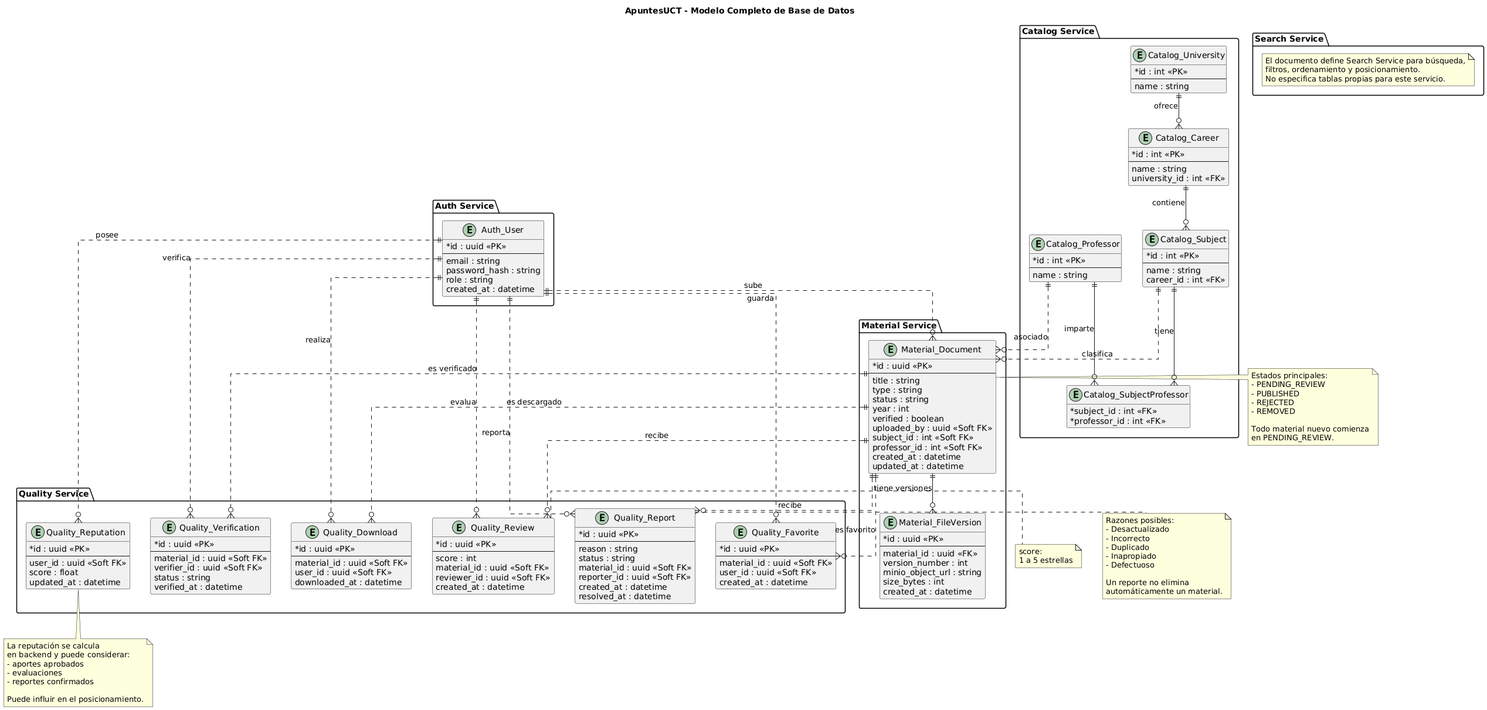
Earlier version of the PlantUML export docs/diagrams/int2/diagrama_mer.png (cchelooo/ApuntesUCT).
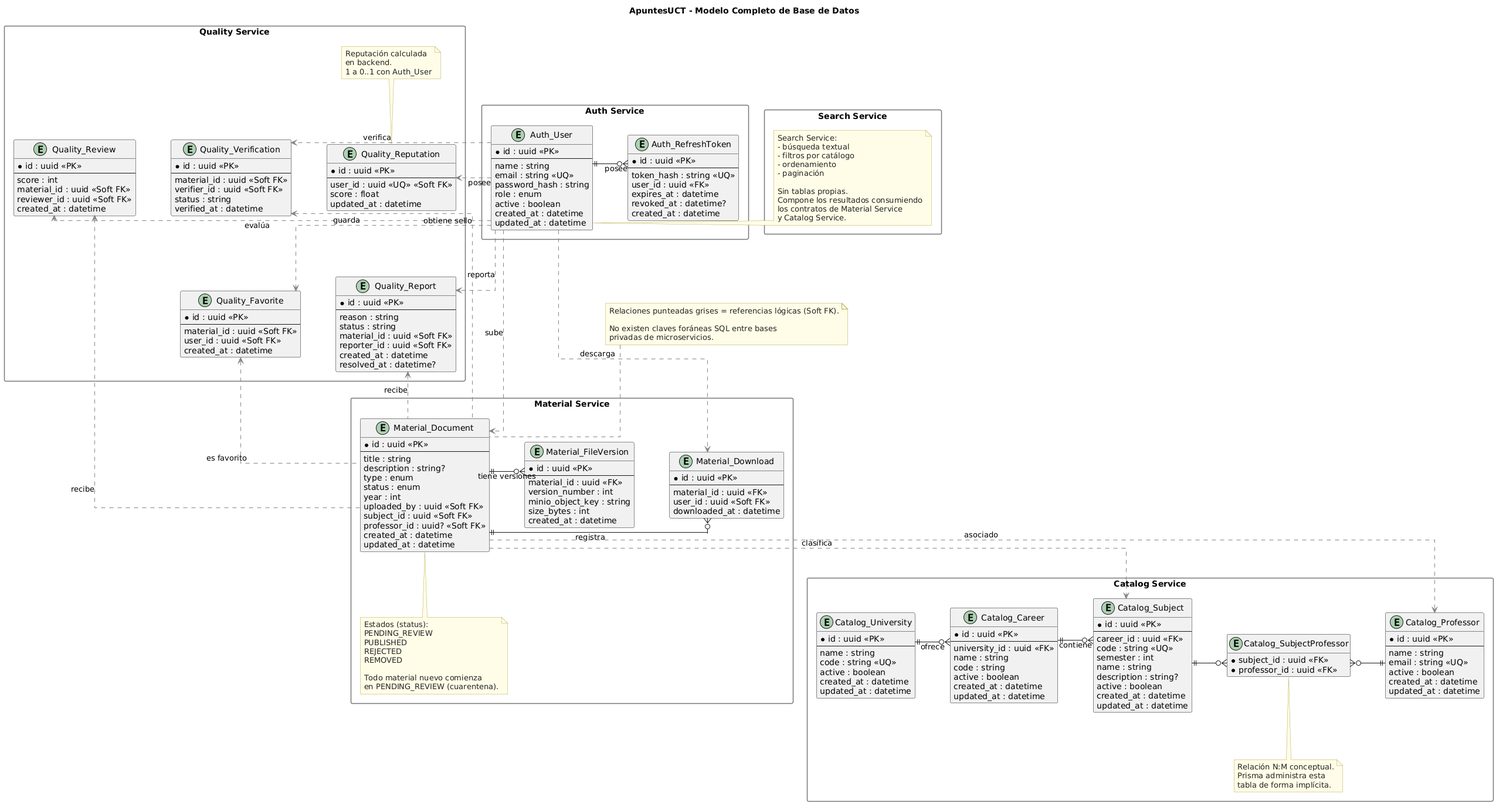
After the change.

Commit message:
actualizacion de diagramas

The edit, as a diff of the source:
```diff
@@ -1,101 +1,96 @@
 @startuml
-hide methods
-hide stereotypes
-skinparam linetype ortho
-skinparam classAttributeIconSize 0
-
 title ApuntesUCT - Modelo Completo de Base de Datos
 
 
+hide methods
+hide stereotypes
+
+top to bottom direction
+
+skinparam shadowing false
+skinparam packageStyle rectangle
+skinparam linetype ortho
+
+skinparam nodesep 60
+skinparam ranksep 80
+
+skinparam entity {
+    BackgroundColor White
+    BorderColor #666666
+    FontColor #222222
+}
+
+skinparam package {
+    BackgroundColor White
+    BorderColor #777777
+    FontStyle bold
+}
+
+skinparam note {
+    BackgroundColor #FFFDE7
+    BorderColor #B8A94A
+    FontColor #222222
+}
+
+package "Search Service" {
+    note as SearchNote
+        Search Service:
+        - búsqueda textual
+        - filtros por catálogo
+        - ordenamiento
+        - paginación
+
+        Sin tablas propias.
+        Compone los resultados consumiendo
+        los contratos de Material Service
+        y Catalog Service.
+    end note
+}
+
 package "Auth Service" {
-
-    entity "Auth_User" as Auth_User {
+    entity "Auth_User" as AuthUser {
         * id : uuid <<PK>>
         --
-        email : string
+        name : string
+        email : string <<UQ>>
         password_hash : string
-        role : string
-        created_at : datetime
-    }
-}
-
-
-
-package "Catalog Service" {
-
-    entity "Catalog_University" as University {
-        * id : int <<PK>>
-        --
-        name : string
-    }
-
-    entity "Catalog_Career" as Career {
-        * id : int <<PK>>
-        --
-        name : string
-        university_id : int <<FK>>
-    }
-
-    entity "Catalog_Subject" as Subject {
-        * id : int <<PK>>
-        --
-        name : string
-        career_id : int <<FK>>
-    }
-
-    entity "Catalog_Professor" as Professor {
-        * id : int <<PK>>
-        --
-        name : string
-    }
-
-    entity "Catalog_SubjectProfessor" as SubjectProfessor {
-        * subject_id : int <<FK>>
-        * professor_id : int <<FK>>
-    }
-
-    University ||--o{ Career : ofrece
-    Career ||--o{ Subject : contiene
-
-    Subject ||--o{ SubjectProfessor : tiene
-    Professor ||--o{ SubjectProfessor : imparte
-}
-
-
-
-package "Material Service" {
-
-    entity "Material_Document" as Document {
-        * id : uuid <<PK>>
-        --
-        title : string
-        type : string
-        status : string
-        year : int
-        verified : boolean
-        uploaded_by : uuid <<Soft FK>>
-        subject_id : int <<Soft FK>>
-        professor_id : int <<Soft FK>>
+        role : enum
+        active : boolean
         created_at : datetime
         updated_at : datetime
     }
 
-    entity "Material_FileVersion" as FileVersion {
+    entity "Auth_RefreshToken" as RefreshToken {
         * id : uuid <<PK>>
         --
-        material_id : uuid <<FK>>
-        version_number : int
-        minio_object_url : string
-        size_bytes : int
+        token_hash : string <<UQ>>
+        user_id : uuid <<FK>>
+        expires_at : datetime
+        revoked_at : datetime?
         created_at : datetime
     }
 
-    Document ||--o{ FileVersion : tiene versiones
+    AuthUser -[hidden]right-> RefreshToken
+    AuthUser ||-right-o{ RefreshToken : posee
 }
 
+package "Quality Service" {
+    entity "Quality_Reputation" as Reputation {
+        * id : uuid <<PK>>
+        --
+        user_id : uuid <<UQ>> <<Soft FK>>
+        score : float
+        updated_at : datetime
+    }
 
-
-package "Quality Service" {
+    entity "Quality_Verification" as Verification {
+        * id : uuid <<PK>>
+        --
+        material_id : uuid <<Soft FK>>
+        verifier_id : uuid <<Soft FK>>
+        status : string
+        verified_at : datetime
+    }
 
     entity "Quality_Review" as Review {
         * id : uuid <<PK>>
@@ -114,7 +109,7 @@
         material_id : uuid <<Soft FK>>
         reporter_id : uuid <<Soft FK>>
         created_at : datetime
-        resolved_at : datetime
+        resolved_at : datetime?
     }
 
     entity "Quality_Favorite" as Favorite {
@@ -125,96 +120,168 @@
         created_at : datetime
     }
 
-    entity "Quality_Reputation" as Reputation {
+    Reputation -[hidden]right-> Verification
+    Verification -[hidden]right-> Review
+    Report -[hidden]right-> Favorite
+    Reputation -[hidden]down-> Report
+    Verification -[hidden]down-> Favorite
+
+    note top of Reputation
+        Reputación calculada
+        en backend.
+        1 a 0..1 con Auth_User
+    end note
+}
+
+package "Material Service" {
+    entity "Material_Document" as Material {
         * id : uuid <<PK>>
         --
-        user_id : uuid <<Soft FK>>
-        score : float
+        title : string
+        description : string?
+        type : enum
+        status : enum
+        year : int
+        uploaded_by : uuid <<Soft FK>>
+        subject_id : uuid <<Soft FK>>
+        professor_id : uuid? <<Soft FK>>
+        created_at : datetime
         updated_at : datetime
     }
 
-    entity "Quality_Verification" as Verification {
+    entity "Material_FileVersion" as FileVersion {
         * id : uuid <<PK>>
         --
-        material_id : uuid <<Soft FK>>
-        verifier_id : uuid <<Soft FK>>
-        status : string
-        verified_at : datetime
+        material_id : uuid <<FK>>
+        version_number : int
+        minio_object_key : string
+        size_bytes : int
+        created_at : datetime
     }
 
-    entity "Quality_Download" as Download {
+    entity "Material_Download" as Download {
         * id : uuid <<PK>>
         --
-        material_id : uuid <<Soft FK>>
+        material_id : uuid <<FK>>
         user_id : uuid <<Soft FK>>
         downloaded_at : datetime
     }
+
+    Download -[hidden]right-> Material
+    Material -[hidden]right-> FileVersion
+
+    Material ||-right-o{ FileVersion : tiene versiones
+    Material ||-left-o{ Download : registra
+
+    note bottom of Material
+        Estados (status):
+        PENDING_REVIEW
+        PUBLISHED
+        REJECTED
+        REMOVED
+
+        Todo material nuevo comienza
+        en PENDING_REVIEW (cuarentena).
+    end note
 }
 
+package "Catalog Service" {
+    entity "Catalog_University" as University {
+        * id : uuid <<PK>>
+        --
+        name : string
+        code : string <<UQ>>
+        active : boolean
+        created_at : datetime
+        updated_at : datetime
+    }
 
+    entity "Catalog_Career" as Career {
+        * id : uuid <<PK>>
+        --
+        university_id : uuid <<FK>>
+        name : string
+        code : string
+        active : boolean
+        created_at : datetime
+        updated_at : datetime
+    }
 
-Auth_User ||..o{ Document : sube
+    entity "Catalog_Subject" as Subject {
+        * id : uuid <<PK>>
+        --
+        career_id : uuid <<FK>>
+        code : string <<UQ>>
+        semester : int
+        name : string
+        description : string?
+        active : boolean
+        created_at : datetime
+        updated_at : datetime
+    }
 
-Subject ||..o{ Document : clasifica
-Professor ||..o{ Document : asociado
+    entity "Catalog_Professor" as Professor {
+        * id : uuid <<PK>>
+        --
+        name : string
+        email : string <<UQ>>
+        active : boolean
+        created_at : datetime
+        updated_at : datetime
+    }
 
-Auth_User ||..o{ Review : evalua
-Auth_User ||..o{ Report : reporta
-Auth_User ||..o{ Favorite : guarda
-Auth_User ||..o{ Reputation : posee
-Auth_User ||..o{ Verification : verifica
-Auth_User ||..o{ Download : realiza
+    entity "Catalog_SubjectProfessor" as SubjectProfessor {
+        * subject_id : uuid <<FK>>
+        * professor_id : uuid <<FK>>
+    }
 
-Document ||..o{ Review : recibe
-Document ||..o{ Report : recibe
-Document ||..o{ Favorite : es favorito
-Document ||..o{ Verification : es verificado
-Document ||..o{ Download : es descargado
+    University -[hidden]right-> Career
+    Career -[hidden]right-> Subject
+    Subject -[hidden]right-> SubjectProfessor
+    SubjectProfessor -[hidden]right-> Professor
 
+    University ||-right-o{ Career : ofrece
+    Career ||-right-o{ Subject : contiene
+    Subject ||-right-o{ SubjectProfessor
+    SubjectProfessor }o-right-|| Professor
 
-
-package "Search Service" {
-
-    note "El documento define Search Service para búsqueda,\nfiltros, ordenamiento y posicionamiento.\nNo especifica tablas propias para este servicio." as SearchNote
+    note bottom of SubjectProfessor
+        Relación N:M conceptual.
+        Prisma administra esta
+        tabla de forma implícita.
+    end note
 }
 
+SearchNote -[hidden]right-> AuthUser
+RefreshToken -[hidden]right-> Reputation
 
+AuthUser -[hidden]down-> Material
+Material -[hidden]down-> Subject
 
-note right of Document
-Estados principales:
-- PENDING_REVIEW
-- PUBLISHED
-- REJECTED
-- REMOVED
+AuthUser .[#gray]down.> Material : sube
+AuthUser .[#gray]down.> Download : descarga
 
-Todo material nuevo comienza
-en PENDING_REVIEW.
+AuthUser .[#gray]right.> Reputation : posee
+AuthUser .[#gray]right.> Verification : verifica
+AuthUser .[#gray]right-> Review : evalúa
+AuthUser .[#gray]right.> Report : reporta
+AuthUser .[#gray]right.> Favorite : guarda
+
+Material .[#gray]up.> Verification : obtiene sello
+Material .[#gray]up.> Review : recibe
+Material .[#gray]up.> Report : recibe
+Material .[#gray]up.> Favorite : es favorito
+
+Material .[#gray]down.> Subject : clasifica
+Material .[#gray]down.> Professor : asociado
+
+note as SoftFKNote
+    Relaciones punteadas grises = referencias lógicas (Soft FK).
+
+    No existen claves foráneas SQL entre bases
+    privadas de microservicios.
 end note
 
-note right of Review
-score:
-1 a 5 estrellas
-end note
-
-note right of Report
-Razones posibles:
-- Desactualizado
-- Incorrecto
-- Duplicado
-- Inapropiado
-- Defectuoso
-
-Un reporte no elimina
-automáticamente un material.
-end note
-
-note bottom of Reputation
-La reputación se calcula
-en backend y puede considerar:
-- aportes aprobados
-- evaluaciones
-- reportes confirmados
-
-Puede influir en el posicionamiento.
-end note
+SoftFKNote -[hidden]right-> Download
+SoftFKNote .[#gray]. Material
 @enduml
```
